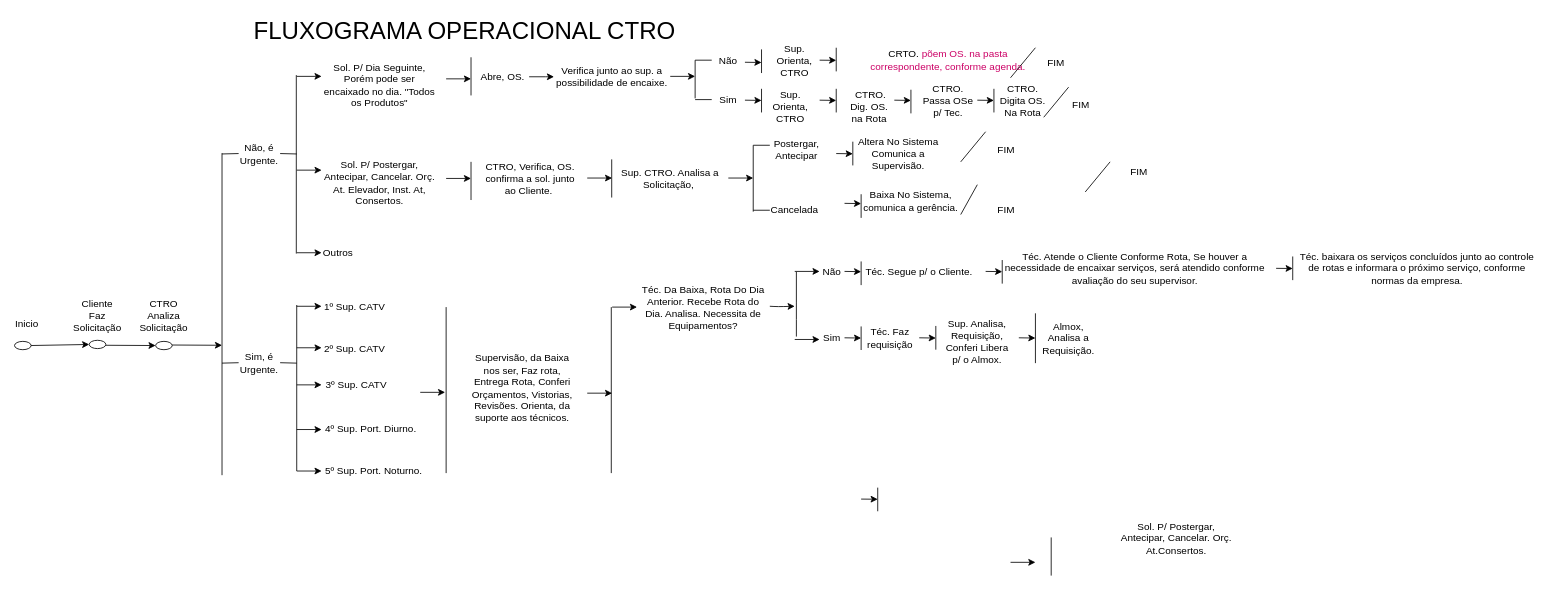
Earlier version of the draw.io diagram page "Page-1" (1 of 4) of Untitled Diagram.drawio (policond/teste). Source tidied: cells renumbered, new cells numbered last; positions are measured from the earlier drawing's top-left corner, leaving out a move shared by most shapes. Both pictures are drawn from the tidied source at 83%, with x=0, y=0 at pixel (14, 14).
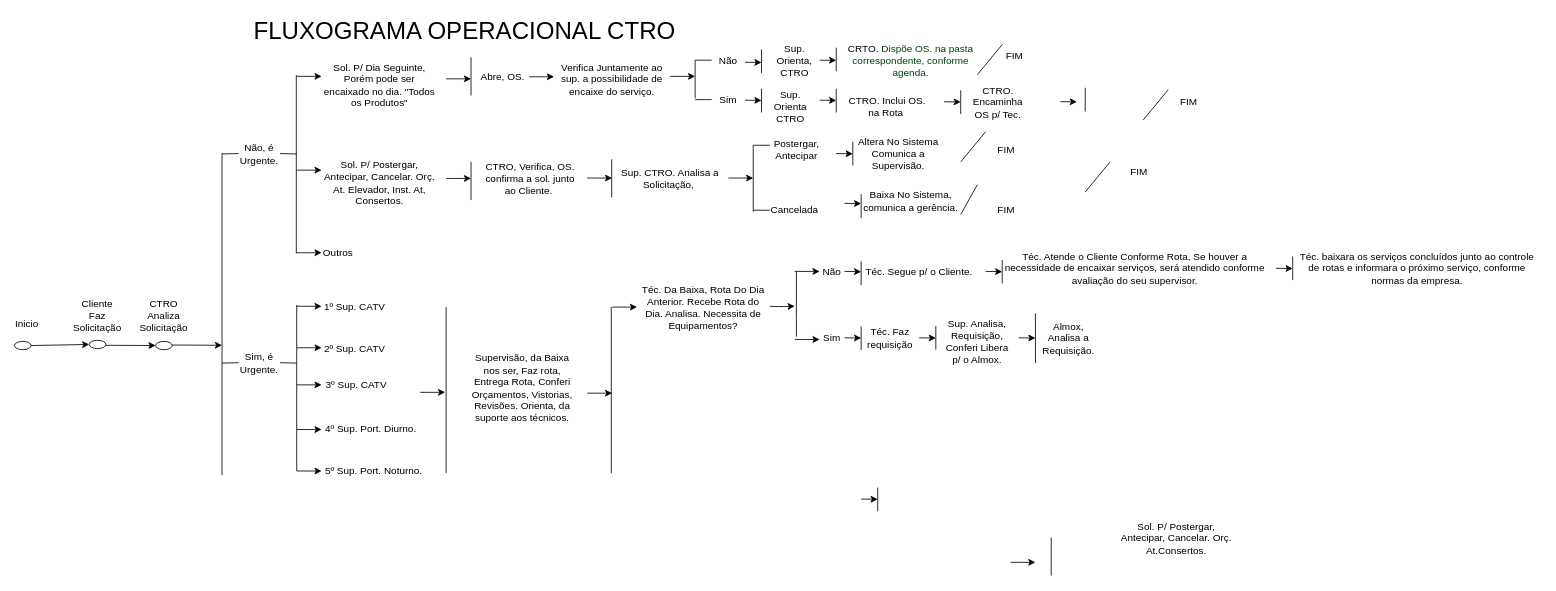
Above is the later version.

Diff of the diagram source:
```diff
@@
-    <mxCell id="24" value="Verifica junto ao sup. a possibilidade de encaixe." style="text;html=1;strokeColor=none;fillColor=none;align=center;verticalAlign=middle;whiteSpace=wrap;rounded=0;" parent="1" vertex="1">
-      <mxGeometry x="650" y="55" width="140" height="40" as="geometry" />
+    <mxCell id="24" value="Verifica Juntamente ao sup. a possibilidade de encaixe do serviço." style="text;html=1;strokeColor=none;fillColor=none;align=center;verticalAlign=middle;whiteSpace=wrap;rounded=0;" parent="1" vertex="1">
+      <mxGeometry x="650" y="55" width="140" height="45" as="geometry" />
     </mxCell>
@@
-    <mxCell id="35" value="Sup. Orienta, CTRO" style="text;html=1;strokeColor=none;fillColor=none;align=center;verticalAlign=middle;whiteSpace=wrap;rounded=0;" parent="1" vertex="1">
+    <mxCell id="35" value="Sup. Orienta CTRO" style="text;html=1;strokeColor=none;fillColor=none;align=center;verticalAlign=middle;whiteSpace=wrap;rounded=0;" parent="1" vertex="1">
       <mxGeometry x="910" y="95" width="50" height="31.2" as="geometry" />
     </mxCell>
@@
-    <mxCell id="37" value="CTRO. Passa OSe p/ Tec." style="text;html=1;strokeColor=none;fillColor=none;align=center;verticalAlign=middle;whiteSpace=wrap;rounded=0;" parent="1" vertex="1">
-      <mxGeometry x="1090" y="83.8" width="70" height="40" as="geometry" />
+    <mxCell id="37" value="CTRO. Encaminha OS p/ Tec." style="text;html=1;strokeColor=none;fillColor=none;align=center;verticalAlign=middle;whiteSpace=wrap;rounded=0;" parent="1" vertex="1">
+      <mxGeometry x="1150" y="86.2" width="70" height="40" as="geometry" />
     </mxCell>
-    <mxCell id="38" value="&amp;nbsp;CTRO. Dig. OS. na Rota" style="text;html=1;strokeColor=none;fillColor=none;align=center;verticalAlign=middle;whiteSpace=wrap;rounded=0;" parent="1" vertex="1">
-      <mxGeometry x="1000" y="90.6" width="60" height="40" as="geometry" />
+    <mxCell id="38" value="&amp;nbsp;CTRO. Inclui OS. na Rota" style="text;html=1;strokeColor=none;fillColor=none;align=center;verticalAlign=middle;whiteSpace=wrap;rounded=0;" parent="1" vertex="1">
+      <mxGeometry x="1000" y="90.6" width="100" height="40" as="geometry" />
     </mxCell>
@@
     <mxCell id="43" style="endArrow=classic;html=1;" parent="1" edge="1">
       <mxGeometry relative="1" as="geometry">
-        <mxPoint x="1060" y="103.2" as="sourcePoint" />
-        <mxPoint x="1080" y="103.5" as="targetPoint" />
+        <mxPoint x="1120" y="105.1" as="sourcePoint" />
+        <mxPoint x="1140" y="105.4" as="targetPoint" />
       </mxGeometry>
     </mxCell>
     <mxCell id="44" style="endArrow=none;html=1;" parent="1" edge="1">
       <mxGeometry relative="1" as="geometry">
-        <mxPoint x="1080" y="119.1" as="sourcePoint" />
-        <mxPoint x="1080" y="90.6" as="targetPoint" />
+        <mxPoint x="1140" y="119.9" as="sourcePoint" />
+        <mxPoint x="1140" y="91.4" as="targetPoint" />
       </mxGeometry>
     </mxCell>
     <mxCell id="45" style="endArrow=classic;html=1;" parent="1" edge="1">
       <mxGeometry relative="1" as="geometry">
-        <mxPoint x="1160" y="103.2" as="sourcePoint" />
-        <mxPoint x="1180" y="103.5" as="targetPoint" />
+        <mxPoint x="1260" y="105" as="sourcePoint" />
+        <mxPoint x="1280" y="105.2" as="targetPoint" />
       </mxGeometry>
     </mxCell>
     <mxCell id="46" style="endArrow=none;html=1;" parent="1" edge="1">
       <mxGeometry relative="1" as="geometry">
-        <mxPoint x="1180" y="118" as="sourcePoint" />
-        <mxPoint x="1180" y="89.5" as="targetPoint" />
+        <mxPoint x="1290" y="116.8" as="sourcePoint" />
+        <mxPoint x="1290" y="88.2" as="targetPoint" />
       </mxGeometry>
     </mxCell>
-    <mxCell id="47" value="CTRO. Digita OS. Na Rota" style="text;html=1;strokeColor=none;fillColor=none;align=center;verticalAlign=middle;whiteSpace=wrap;rounded=0;" parent="1" vertex="1">
-      <mxGeometry x="1180" y="83.8" width="70" height="40" as="geometry" />
-    </mxCell>
-    <mxCell id="48" value="CRTO. &lt;font color=&quot;#cc0066&quot;&gt;põem OS. na pasta correspondente, conforme agenda.&lt;br&gt;&lt;/font&gt;" style="text;html=1;strokeColor=none;fillColor=none;align=center;verticalAlign=middle;whiteSpace=wrap;rounded=0;" parent="1" vertex="1">
-      <mxGeometry x="1020" y="28.4" width="210" height="53.8" as="geometry" />
+    <mxCell id="48" value="CRTO.&lt;font color=&quot;#004010&quot;&gt; Dispõe OS. na pasta correspondente, conforme agenda.&lt;/font&gt;" style="text;html=1;strokeColor=none;fillColor=none;align=center;verticalAlign=middle;whiteSpace=wrap;rounded=0;" parent="1" vertex="1">
+      <mxGeometry x="990" y="29.4" width="180" height="53.8" as="geometry" />
     </mxCell>
     <mxCell id="49" style="endArrow=none;html=1;" parent="1" edge="1">
       <mxGeometry relative="1" as="geometry">
-        <mxPoint x="1240" y="123.8" as="sourcePoint" />
-        <mxPoint x="1270" y="87.5" as="targetPoint" />
+        <mxPoint x="1360" y="126.9" as="sourcePoint" />
+        <mxPoint x="1390" y="90.6" as="targetPoint" />
       </mxGeometry>
     </mxCell>
     <mxCell id="50" value="FIM" style="text;html=1;strokeColor=none;fillColor=none;align=center;verticalAlign=middle;whiteSpace=wrap;rounded=0;" parent="1" vertex="1">
-      <mxGeometry x="1260" y="93.8" width="50" height="30" as="geometry" />
+      <mxGeometry x="1390" y="90.6" width="50" height="30" as="geometry" />
     </mxCell>
@@
     <mxCell id="53" style="endArrow=none;html=1;" parent="1" edge="1">
       <mxGeometry relative="1" as="geometry">
-        <mxPoint x="1200" y="76.2" as="sourcePoint" />
-        <mxPoint x="1230" y="40" as="targetPoint" />
+        <mxPoint x="1160" y="72.5" as="sourcePoint" />
+        <mxPoint x="1190" y="36.2" as="targetPoint" />
       </mxGeometry>
     </mxCell>
     <mxCell id="54" value="FIM" style="text;html=1;strokeColor=none;fillColor=none;align=center;verticalAlign=middle;whiteSpace=wrap;rounded=0;" parent="1" vertex="1">
-      <mxGeometry x="1230" y="42.5" width="50" height="30" as="geometry" />
+      <mxGeometry x="1180" y="35" width="50" height="30" as="geometry" />
     </mxCell>
```
